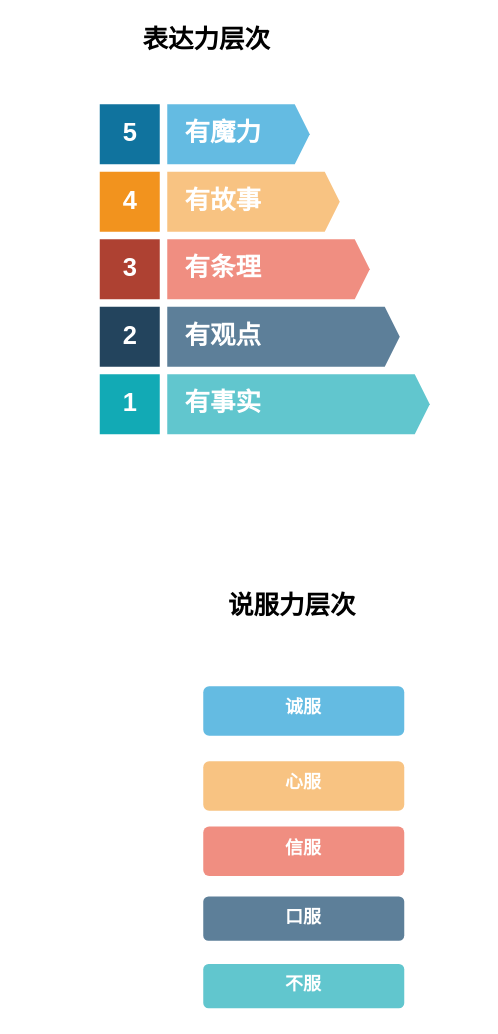
The draw.io diagram page "表达力" (7 of 7) of 模型.drawio in mashifei/uml, before the edit. Source tidied: cells renumbered, new cells numbered last; positions are measured from the earlier drawing's top-left corner, leaving out a move shared by most shapes. Both pictures are drawn from the tidied source at 150%, with x=0, y=0 at pixel (26, 26).
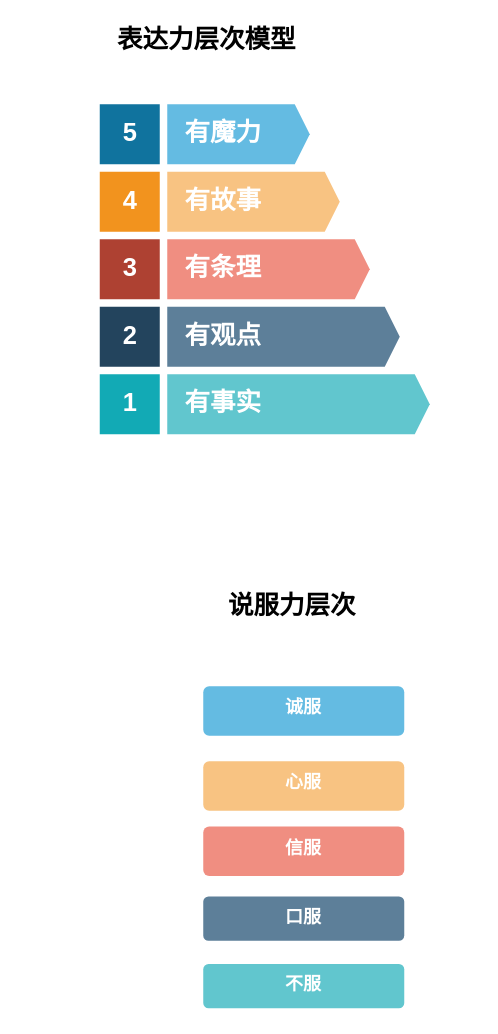
Above is the later version.

What changed in the source:
```diff
@@
 <mxGraphModel>
   <root>
     <mxCell id="0" />
     <mxCell id="1" parent="0" />
     <mxCell id="2" value="5" style="html=1;fillColor=#10739E;strokeColor=none;shadow=0;fontSize=17;fontColor=#FFFFFF;align=center;fontStyle=1;rounded=0;" parent="1" vertex="1">
       <mxGeometry x="49" y="52" width="40" height="40" as="geometry" />
     </mxCell>
     <mxCell id="3" value="有魔力" style="shape=mxgraph.infographic.ribbonSimple;notch1=0;notch2=10;notch=0;html=1;strokeColor=none;shadow=0;fontSize=17;fontColor=#FFFFFF;align=left;spacingLeft=10;fontStyle=1;fillColor=#64BBE2;" parent="1" vertex="1">
       <mxGeometry x="94" y="52" width="95" height="40" as="geometry" />
     </mxCell>
     <mxCell id="4" value="4" style="html=1;fillColor=#F2931E;strokeColor=none;shadow=0;fontSize=17;fontColor=#FFFFFF;align=center;fontStyle=1;rounded=0;" parent="1" vertex="1">
       <mxGeometry x="49" y="97" width="40" height="40" as="geometry" />
     </mxCell>
     <mxCell id="5" value="有故事" style="shape=mxgraph.infographic.ribbonSimple;notch1=0;notch2=10;notch=0;html=1;strokeColor=none;shadow=0;fontSize=17;fontColor=#FFFFFF;align=left;spacingLeft=10;fontStyle=1;fillColor=#F8C382;" parent="1" vertex="1">
       <mxGeometry x="94" y="97" width="115" height="40" as="geometry" />
     </mxCell>
     <mxCell id="6" value="3" style="html=1;fillColor=#AE4132;strokeColor=none;shadow=0;fontSize=17;fontColor=#FFFFFF;align=center;fontStyle=1;rounded=0;" parent="1" vertex="1">
       <mxGeometry x="49" y="142" width="40" height="40" as="geometry" />
     </mxCell>
     <mxCell id="7" value="有条理" style="shape=mxgraph.infographic.ribbonSimple;notch1=0;notch2=10;notch=0;html=1;fillColor=#F08E81;strokeColor=none;shadow=0;fontSize=17;fontColor=#FFFFFF;align=left;spacingLeft=10;fontStyle=1;" parent="1" vertex="1">
       <mxGeometry x="94" y="142" width="135" height="40" as="geometry" />
     </mxCell>
     <mxCell id="8" value="2" style="html=1;fillColor=#23445D;strokeColor=none;shadow=0;fontSize=17;fontColor=#FFFFFF;align=center;fontStyle=1;rounded=0;" parent="1" vertex="1">
       <mxGeometry x="49" y="187" width="40" height="40" as="geometry" />
     </mxCell>
     <mxCell id="9" value="有观点" style="shape=mxgraph.infographic.ribbonSimple;notch1=0;notch2=10;notch=0;html=1;fillColor=#5D7F99;strokeColor=none;shadow=0;fontSize=17;fontColor=#FFFFFF;align=left;spacingLeft=10;fontStyle=1;" parent="1" vertex="1">
       <mxGeometry x="94" y="187" width="155" height="40" as="geometry" />
     </mxCell>
     <mxCell id="10" value="1" style="html=1;fillColor=#12AAB5;strokeColor=none;shadow=0;fontSize=17;fontColor=#FFFFFF;align=center;fontStyle=1;rounded=0;" parent="1" vertex="1">
       <mxGeometry x="49" y="232" width="40" height="40" as="geometry" />
     </mxCell>
     <mxCell id="11" value="有事实" style="shape=mxgraph.infographic.ribbonSimple;notch1=0;notch2=10;notch=0;html=1;fillColor=#61C6CE;strokeColor=none;shadow=0;fontSize=17;fontColor=#FFFFFF;align=left;spacingLeft=10;fontStyle=1;" parent="1" vertex="1">
       <mxGeometry x="94" y="232" width="175" height="40" as="geometry" />
     </mxCell>
     <mxCell id="12" value="&lt;b&gt;&lt;font color=&quot;#ffffff&quot;&gt;诚服&lt;/font&gt;&lt;/b&gt;" style="rounded=1;strokeColor=none;align=center;arcSize=12;verticalAlign=top;whiteSpace=wrap;html=1;fontSize=12;fillColor=#64BBE2;" parent="1" vertex="1">
       <mxGeometry x="118" y="440" width="134" height="33" as="geometry" />
     </mxCell>
     <mxCell id="13" value="&lt;b&gt;&lt;font color=&quot;#ffffff&quot;&gt;心服&lt;/font&gt;&lt;/b&gt;" style="rounded=1;strokeColor=none;align=center;arcSize=12;verticalAlign=top;whiteSpace=wrap;html=1;fontSize=12;fillColor=#F8C382;" parent="1" vertex="1">
       <mxGeometry x="118" y="490" width="134" height="33" as="geometry" />
     </mxCell>
     <mxCell id="14" value="&lt;b&gt;&lt;font color=&quot;#ffffff&quot;&gt;信服&lt;/font&gt;&lt;/b&gt;" style="rounded=1;strokeColor=none;align=center;arcSize=12;verticalAlign=top;whiteSpace=wrap;html=1;fontSize=12;fillColor=#F08E81;" parent="1" vertex="1">
       <mxGeometry x="118" y="533.5" width="134" height="33" as="geometry" />
     </mxCell>
     <mxCell id="15" value="&lt;b&gt;&lt;font color=&quot;#ffffff&quot;&gt;口服&lt;/font&gt;&lt;/b&gt;" style="rounded=1;strokeColor=none;align=center;arcSize=12;verticalAlign=top;whiteSpace=wrap;html=1;fontSize=12;fillColor=#5D7F99;" parent="1" vertex="1">
       <mxGeometry x="118" y="580.2" width="134" height="29.5" as="geometry" />
     </mxCell>
-    <mxCell id="16" value="表达力层次" style="text;html=1;strokeColor=none;fillColor=none;align=center;verticalAlign=middle;whiteSpace=wrap;rounded=0;fontStyle=1;fontSize=17;" parent="1" vertex="1">
+    <mxCell id="16" value="表达力层次模型" style="text;html=1;strokeColor=none;fillColor=none;align=center;verticalAlign=middle;whiteSpace=wrap;rounded=0;fontStyle=1;fontSize=17;" parent="1" vertex="1">
       <mxGeometry width="241" height="20" as="geometry" />
     </mxCell>
     <mxCell id="17" value="&lt;b&gt;&lt;font color=&quot;#ffffff&quot;&gt;不服&lt;/font&gt;&lt;/b&gt;" style="rounded=1;strokeColor=none;align=center;arcSize=12;verticalAlign=top;whiteSpace=wrap;html=1;fontSize=12;fillColor=#61C6CE;" parent="1" vertex="1">
       <mxGeometry x="118" y="625.2" width="134" height="29.5" as="geometry" />
     </mxCell>
     <mxCell id="18" value="说服力层次" style="text;html=1;strokeColor=none;fillColor=none;align=center;verticalAlign=middle;whiteSpace=wrap;rounded=0;fontStyle=1;fontSize=17;" parent="1" vertex="1">
       <mxGeometry x="57" y="377" width="241" height="20" as="geometry" />
     </mxCell>
   </root>
 </mxGraphModel>
```
